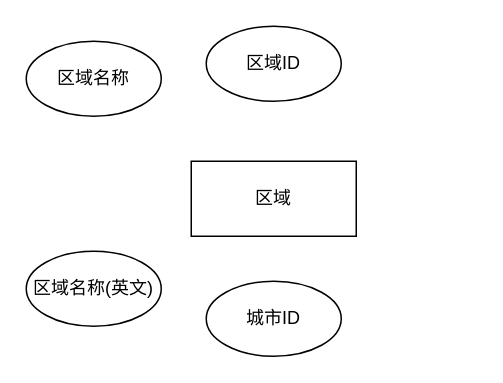
Before: page "区域" (4 of 20) of ER.drawio in 194568/test1, a draw.io diagram. Source tidied: cells renumbered, new cells numbered last; positions are measured from the earlier drawing's top-left corner, leaving out a move shared by most shapes. Both pictures are drawn from the tidied source at 150%, with x=0, y=0 at pixel (26, 26).
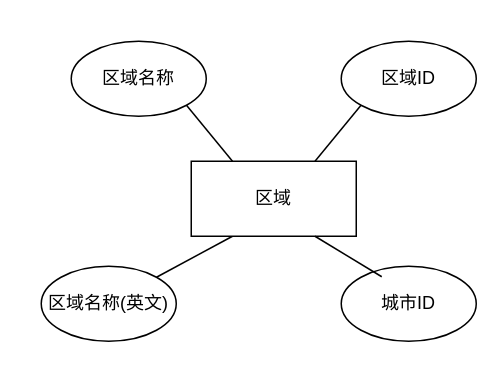
The same diagram, later.

What changed in the source:
```diff
@@
 <mxGraphModel>
   <root>
     <mxCell id="0" />
     <mxCell id="1" parent="0" />
+    <mxCell id="7" style="rounded=0;jettySize=auto;html=1;exitX=0.75;exitY=0;exitDx=0;exitDy=0;entryX=0;entryY=1;entryDx=0;entryDy=0;endArrow=none;endFill=0;" parent="1" edge="1" source="2" target="4">
+      <mxGeometry relative="1" as="geometry" />
+    </mxCell>
+    <mxCell id="8" style="rounded=0;jettySize=auto;html=1;exitX=0.25;exitY=0;exitDx=0;exitDy=0;entryX=1;entryY=1;entryDx=0;entryDy=0;endArrow=none;endFill=0;" parent="1" edge="1" source="2" target="3">
+      <mxGeometry relative="1" as="geometry" />
+    </mxCell>
+    <mxCell id="9" style="rounded=0;jettySize=auto;html=1;exitX=0.25;exitY=1;exitDx=0;exitDy=0;entryX=1;entryY=0;entryDx=0;entryDy=0;endArrow=none;endFill=0;" parent="1" edge="1" source="2" target="5">
+      <mxGeometry relative="1" as="geometry" />
+    </mxCell>
     <mxCell id="2" value="区域" style="rounded=0;whiteSpace=wrap;html=1;" parent="1" vertex="1">
       <mxGeometry x="110" y="90" width="110" height="50" as="geometry" />
     </mxCell>
     <mxCell id="3" value="区域名称" style="ellipse;whiteSpace=wrap;html=1;" parent="1" vertex="1">
-      <mxGeometry y="10" width="90" height="50" as="geometry" />
+      <mxGeometry x="30" y="10" width="90" height="50" as="geometry" />
     </mxCell>
     <mxCell id="4" value="区域ID" style="ellipse;whiteSpace=wrap;html=1;" parent="1" vertex="1">
-      <mxGeometry x="120" width="90" height="50" as="geometry" />
+      <mxGeometry x="210" y="10" width="90" height="50" as="geometry" />
     </mxCell>
     <mxCell id="5" value="区域名称(英文)" style="ellipse;whiteSpace=wrap;html=1;" parent="1" vertex="1">
-      <mxGeometry y="150" width="90" height="50" as="geometry" />
+      <mxGeometry x="10" y="160" width="90" height="50" as="geometry" />
     </mxCell>
     <mxCell id="6" value="城市ID" style="ellipse;whiteSpace=wrap;html=1;" parent="1" vertex="1">
-      <mxGeometry x="120" y="170" width="90" height="50" as="geometry" />
+      <mxGeometry x="210" y="160" width="90" height="50" as="geometry" />
     </mxCell>
+    <mxCell id="10" style="rounded=0;jettySize=auto;html=1;exitX=0.75;exitY=1;exitDx=0;exitDy=0;entryX=0.3;entryY=0.14;entryDx=0;entryDy=0;entryPerimeter=0;endArrow=none;endFill=0;" parent="1" edge="1" source="2" target="6">
+      <mxGeometry relative="1" as="geometry" />
+    </mxCell>
   </root>
 </mxGraphModel>
```
